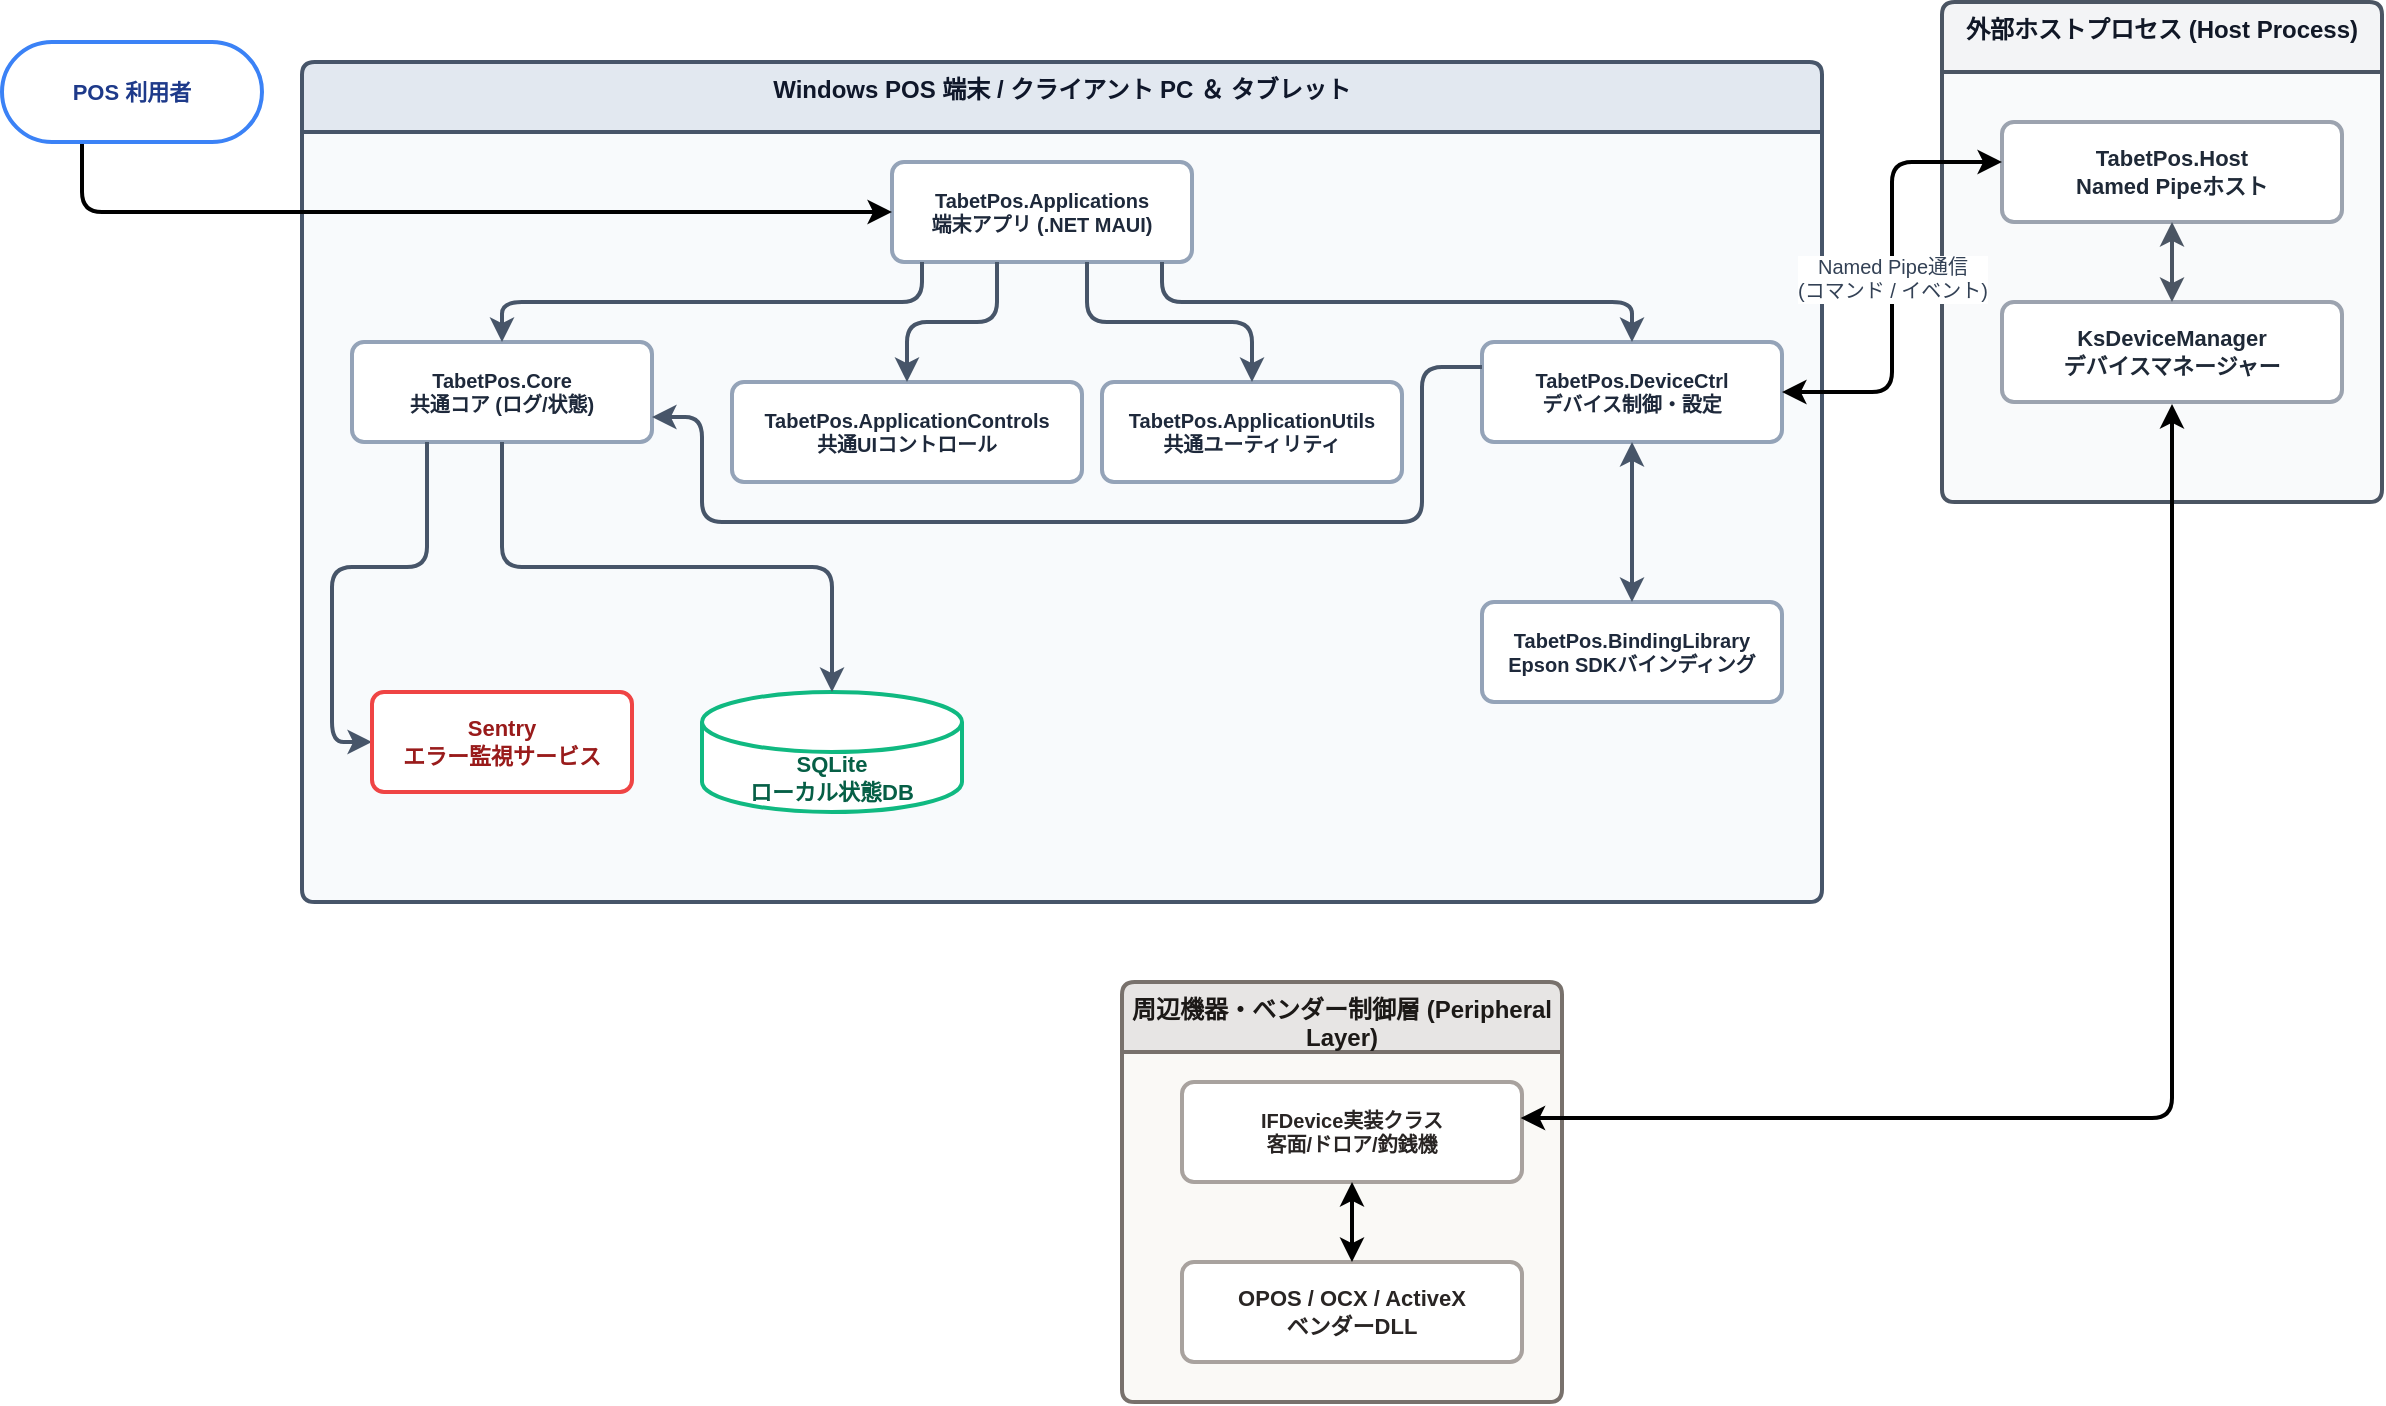
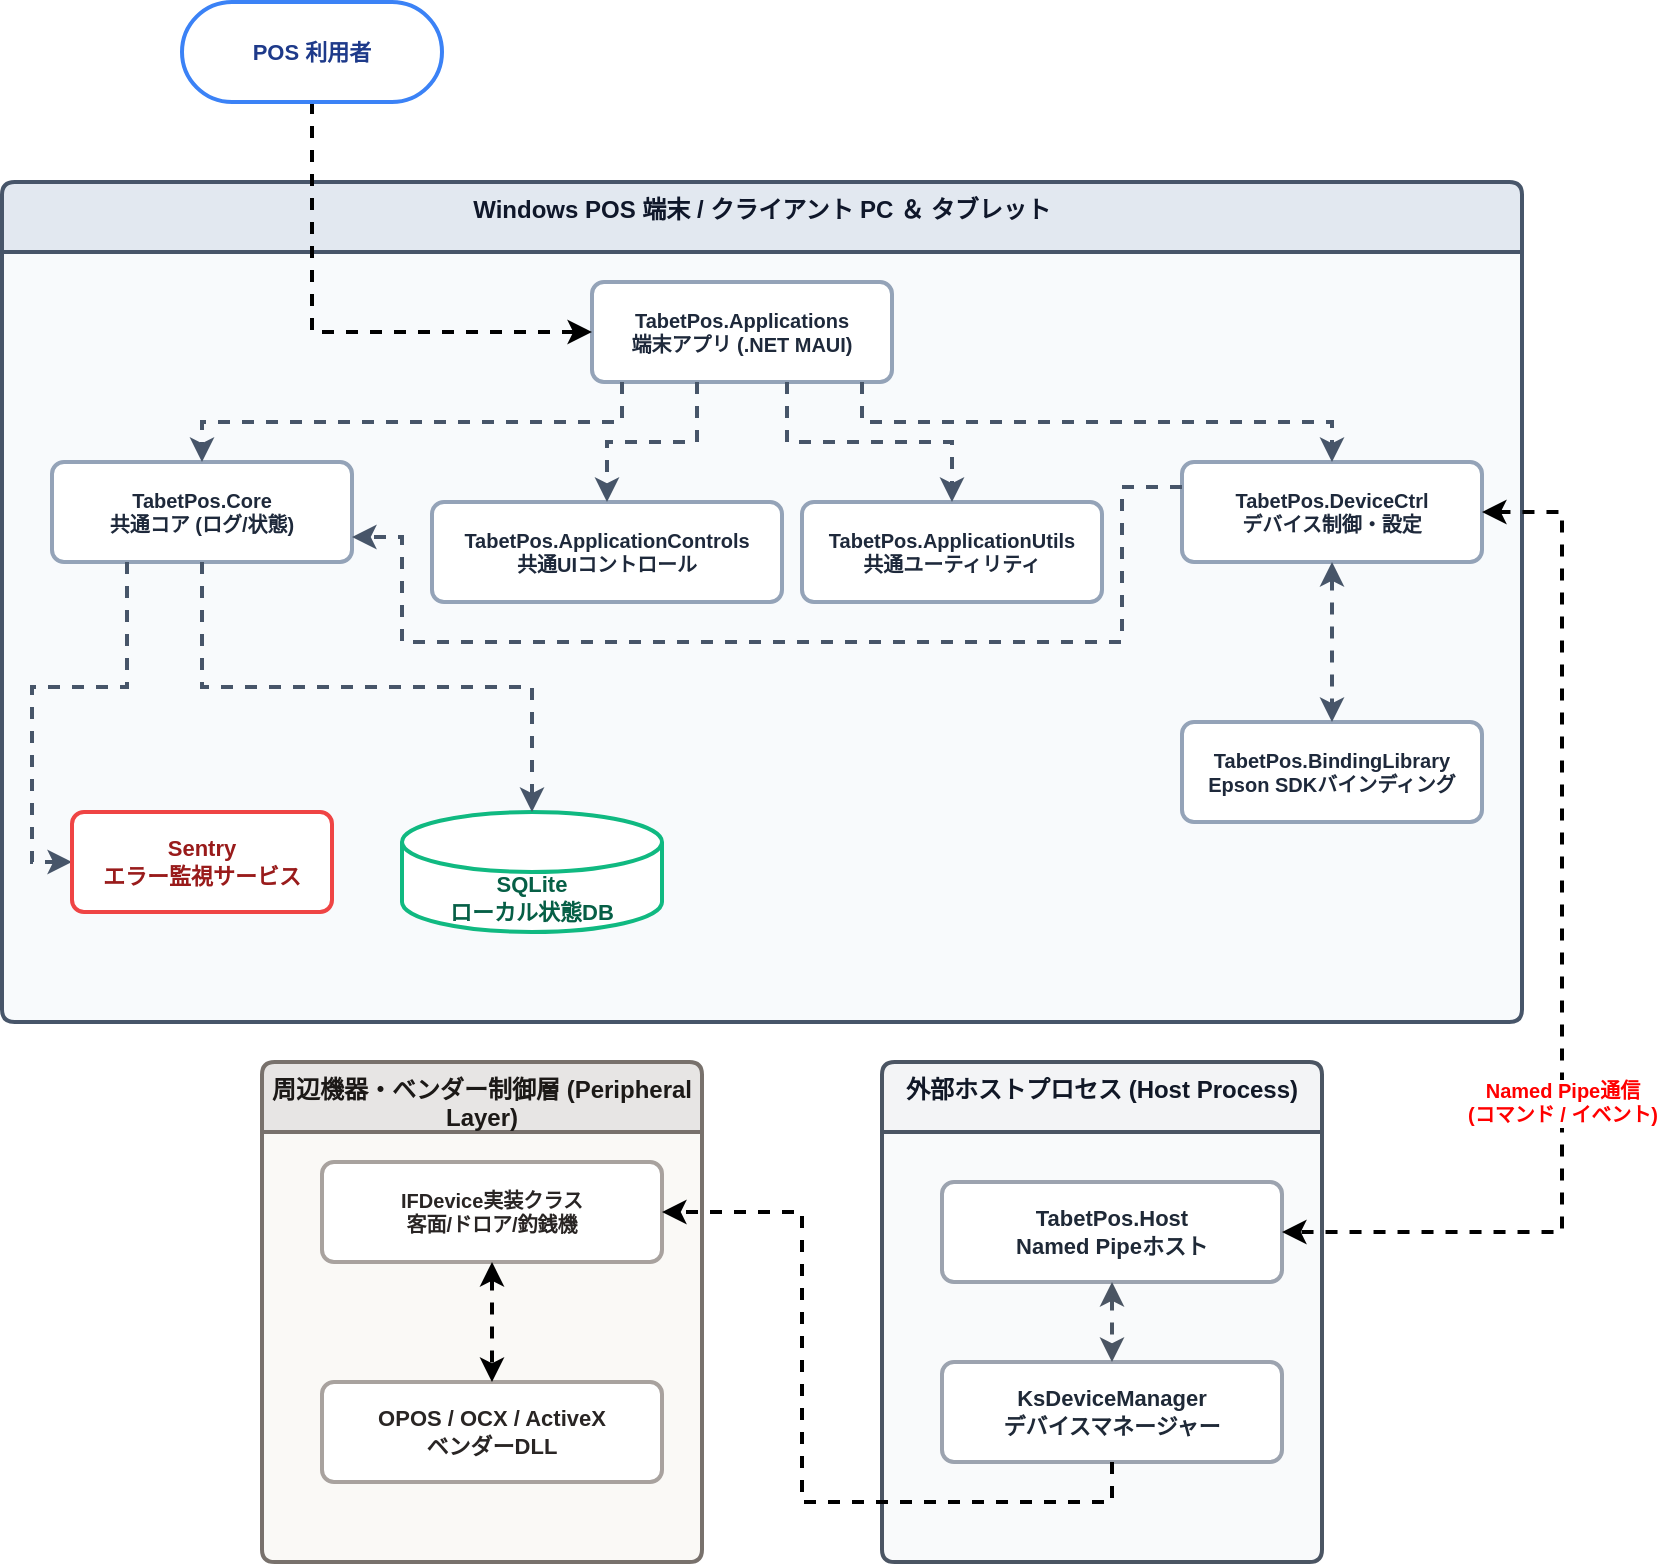
<mxfile host="65bd71144e">
    <diagram name="Page-1" id="Z4Sh8gLlnnpiLH3Jqw6z">
-         <mxGraphModel dx="1078" dy="699" grid="1" gridSize="10" guides="1" tooltips="1" connect="1" arrows="1" fold="1" page="1" pageScale="1" pageWidth="850" pageHeight="1100" background="#ffffff" math="0" shadow="0">
+         <mxGraphModel dx="1428" dy="1144" grid="1" gridSize="10" guides="1" tooltips="1" connect="1" arrows="1" fold="1" page="1" pageScale="1" pageWidth="850" pageHeight="1100" background="#ffffff" math="0" shadow="0">
            <root>
                <mxCell id="0"/>
                <mxCell id="1" parent="0"/>
                <mxCell id="client_container" value="Windows POS 端末 / クライアント PC ＆ タブレット" style="swimlane;html=1;whiteSpace=wrap;fontStyle=1;align=center;verticalAlign=top;fillColor=#E2E8F0;swimlaneFillColor=#F8FAFC;strokeColor=#475569;strokeWidth=2;rounded=1;arcSize=6;collapsible=0;recursiveResize=0;startSize=35;fontColor=#0F172A;fontSize=12;" parent="1" vertex="1">
-                     <mxGeometry x="70" y="380" width="760" height="420" as="geometry"/>
+                     <mxGeometry x="70" y="390" width="760" height="420" as="geometry"/>
                </mxCell>
                <mxCell id="node_utils" value="&lt;b&gt;TabetPos.ApplicationUtils&lt;/b&gt;&lt;br/&gt;共通ユーティリティ" style="rounded=1;whiteSpace=wrap;html=1;arcSize=12;fillColor=#FFFFFF;strokeColor=#94A3B8;strokeWidth=2;fontStyle=1;fontColor=#1E293B;align=center;fontSize=10;" parent="client_container" vertex="1">
                    <mxGeometry x="400" y="160" width="150" height="50" as="geometry"/>
                </mxCell>
                <mxCell id="node_controls" value="&lt;b&gt;TabetPos.ApplicationControls&lt;/b&gt;&lt;br/&gt;共通UIコントロール" style="rounded=1;whiteSpace=wrap;html=1;arcSize=12;fillColor=#FFFFFF;strokeColor=#94A3B8;strokeWidth=2;fontStyle=1;fontColor=#1E293B;align=center;fontSize=10;connectable=0;" parent="client_container" vertex="1">
                    <mxGeometry x="215" y="160" width="175" height="50" as="geometry"/>
                </mxCell>
                <mxCell id="node_devicectrl" value="&lt;b&gt;TabetPos.DeviceCtrl&lt;/b&gt;&lt;br/&gt;デバイス制御・設定" style="rounded=1;whiteSpace=wrap;html=1;arcSize=12;fillColor=#FFFFFF;strokeColor=#94A3B8;strokeWidth=2;fontStyle=1;fontColor=#1E293B;align=center;fontSize=10;" parent="client_container" vertex="1">
                    <mxGeometry x="590" y="140" width="150" height="50" as="geometry"/>
                </mxCell>
                <mxCell id="node_core" value="&lt;b&gt;TabetPos.Core&lt;/b&gt;&lt;br/&gt;共通コア (ログ/状態)" style="rounded=1;whiteSpace=wrap;html=1;arcSize=12;fillColor=#FFFFFF;strokeColor=#94A3B8;strokeWidth=2;fontStyle=1;fontColor=#1E293B;align=center;fontSize=10;" parent="client_container" vertex="1">
                    <mxGeometry x="25" y="140" width="150" height="50" as="geometry"/>
                </mxCell>
                <mxCell id="node_binding" value="&lt;b&gt;TabetPos.BindingLibrary&lt;/b&gt;&lt;br/&gt;Epson SDKバインディング" style="rounded=1;whiteSpace=wrap;html=1;arcSize=12;fillColor=#FFFFFF;strokeColor=#94A3B8;strokeWidth=2;fontStyle=1;fontColor=#1E293B;align=center;fontSize=10;" parent="client_container" vertex="1">
                    <mxGeometry x="590" y="270" width="150" height="50" as="geometry"/>
                </mxCell>
                <mxCell id="node_localdb" value="&lt;b&gt;SQLite&lt;/b&gt;&lt;br/&gt;ローカル状態DB" style="shape=cylinder3;whiteSpace=wrap;html=1;boundedLbl=1;backgroundOutline=1;size=15;fillColor=#FFFFFF;strokeColor=#10B981;strokeWidth=2;fontStyle=1;fontColor=#065F46;align=center;spacingLeft=0;fontSize=11;" parent="client_container" vertex="1">
                    <mxGeometry x="200" y="315" width="130" height="60" as="geometry"/>
                </mxCell>
-                 <mxCell id="edge_core_sentry" style="rounded=1;orthogonalLoop=1;jettySize=auto;html=1;strokeColor=#475569;strokeWidth=2;edgeStyle=orthogonalEdgeStyle;exitX=0.25;exitY=1;exitDx=0;exitDy=0;entryX=0;entryY=0.5;entryDx=0;entryDy=0;endArrow=classic;" parent="client_container" source="node_core" target="CQK1rFZQlDdQnh2cZtMR-23" edge="1">
+                 <mxCell id="edge_core_sentry" style="rounded=0;orthogonalLoop=1;jettySize=auto;html=1;strokeColor=#475569;strokeWidth=2;edgeStyle=orthogonalEdgeStyle;exitX=0.25;exitY=1;exitDx=0;exitDy=0;entryX=0;entryY=0.5;entryDx=0;entryDy=0;endArrow=classic;dashed=1;" parent="client_container" source="node_core" target="CQK1rFZQlDdQnh2cZtMR-23" edge="1">
                    <mxGeometry relative="1" as="geometry"/>
                </mxCell>
                <mxCell id="CQK1rFZQlDdQnh2cZtMR-23" value="&lt;b&gt;Sentry&lt;/b&gt;&lt;br/&gt;エラー監視サービス" style="rounded=1;whiteSpace=wrap;html=1;arcSize=12;fillColor=#FFFFFF;strokeColor=#EF4444;strokeWidth=2;fontStyle=1;fontColor=#991B1B;align=center;fontSize=11;" parent="client_container" vertex="1">
                    <mxGeometry x="35" y="315" width="130" height="50" as="geometry"/>
                </mxCell>
                <mxCell id="node_app" value="&lt;b&gt;TabetPos.Applications&lt;/b&gt;&lt;br/&gt;端末アプリ (.NET MAUI)" style="rounded=1;whiteSpace=wrap;html=1;arcSize=12;fillColor=#FFFFFF;strokeColor=#94A3B8;strokeWidth=2;fontStyle=1;fontColor=#1E293B;align=center;fontSize=10;" parent="client_container" vertex="1">
                    <mxGeometry x="295" y="50" width="150" height="50" as="geometry"/>
                </mxCell>
-                 <mxCell id="edge_app_controls" style="edgeStyle=orthogonalEdgeStyle;rounded=1;orthogonalLoop=1;jettySize=auto;html=1;strokeColor=#475569;strokeWidth=2;exitX=0.35;exitY=1;exitDx=0;exitDy=0;entryX=0.5;entryY=0;entryDx=0;entryDy=0;endArrow=classic;" parent="client_container" source="node_app" target="node_controls" edge="1">
+                 <mxCell id="edge_app_controls" style="edgeStyle=orthogonalEdgeStyle;rounded=0;orthogonalLoop=1;jettySize=auto;html=1;strokeColor=#475569;strokeWidth=2;exitX=0.35;exitY=1;exitDx=0;exitDy=0;entryX=0.5;entryY=0;entryDx=0;entryDy=0;endArrow=classic;dashed=1;" parent="client_container" source="node_app" target="node_controls" edge="1">
                    <mxGeometry relative="1" as="geometry"/>
                </mxCell>
-                 <mxCell id="edge_app_utils" style="edgeStyle=orthogonalEdgeStyle;rounded=1;orthogonalLoop=1;jettySize=auto;html=1;strokeColor=#475569;strokeWidth=2;exitX=0.65;exitY=1;exitDx=0;exitDy=0;entryX=0.5;entryY=0;entryDx=0;entryDy=0;endArrow=classic;" parent="client_container" source="node_app" target="node_utils" edge="1">
+                 <mxCell id="edge_app_utils" style="edgeStyle=orthogonalEdgeStyle;rounded=0;orthogonalLoop=1;jettySize=auto;html=1;strokeColor=#475569;strokeWidth=2;exitX=0.65;exitY=1;exitDx=0;exitDy=0;entryX=0.5;entryY=0;entryDx=0;entryDy=0;endArrow=classic;dashed=1;" parent="client_container" source="node_app" target="node_utils" edge="1">
                    <mxGeometry relative="1" as="geometry"/>
                </mxCell>
-                 <mxCell id="edge_app_core" style="edgeStyle=orthogonalEdgeStyle;rounded=1;orthogonalLoop=1;jettySize=auto;html=1;strokeColor=#475569;strokeWidth=2;exitX=0.1;exitY=1;exitDx=0;exitDy=0;entryX=0.5;entryY=0;entryDx=0;entryDy=0;endArrow=classic;" parent="client_container" source="node_app" target="node_core" edge="1">
+                 <mxCell id="edge_app_core" style="edgeStyle=orthogonalEdgeStyle;rounded=0;orthogonalLoop=1;jettySize=auto;html=1;strokeColor=#475569;strokeWidth=2;exitX=0.1;exitY=1;exitDx=0;exitDy=0;entryX=0.5;entryY=0;entryDx=0;entryDy=0;endArrow=classic;dashed=1;" parent="client_container" source="node_app" target="node_core" edge="1">
                    <mxGeometry relative="1" as="geometry">
                        <Array as="points">
                            <mxPoint x="310" y="120"/>
                            <mxPoint x="100" y="120"/>
                        </Array>
                    </mxGeometry>
                </mxCell>
-                 <mxCell id="edge_app_devicectrl" style="edgeStyle=orthogonalEdgeStyle;rounded=1;orthogonalLoop=1;jettySize=auto;html=1;strokeColor=#475569;strokeWidth=2;exitX=0.9;exitY=1;exitDx=0;exitDy=0;entryX=0.5;entryY=0;entryDx=0;entryDy=0;endArrow=classic;" parent="client_container" source="node_app" target="node_devicectrl" edge="1">
+                 <mxCell id="edge_app_devicectrl" style="edgeStyle=orthogonalEdgeStyle;rounded=0;orthogonalLoop=1;jettySize=auto;html=1;strokeColor=#475569;strokeWidth=2;exitX=0.9;exitY=1;exitDx=0;exitDy=0;entryX=0.5;entryY=0;entryDx=0;entryDy=0;endArrow=classic;dashed=1;" parent="client_container" source="node_app" target="node_devicectrl" edge="1">
                    <mxGeometry relative="1" as="geometry"/>
                </mxCell>
-                 <mxCell id="edge_devicectrl_core" style="edgeStyle=orthogonalEdgeStyle;rounded=1;orthogonalLoop=1;jettySize=auto;html=1;strokeColor=#475569;strokeWidth=2;exitX=0;exitY=0.25;exitDx=0;exitDy=0;entryX=1;entryY=0.75;entryDx=0;entryDy=0;endArrow=classic;" parent="client_container" source="node_devicectrl" target="node_core" edge="1">
+                 <mxCell id="edge_devicectrl_core" style="edgeStyle=orthogonalEdgeStyle;rounded=0;orthogonalLoop=1;jettySize=auto;html=1;strokeColor=#475569;strokeWidth=2;exitX=0;exitY=0.25;exitDx=0;exitDy=0;entryX=1;entryY=0.75;entryDx=0;entryDy=0;endArrow=classic;dashed=1;" parent="client_container" source="node_devicectrl" target="node_core" edge="1">
                    <mxGeometry relative="1" as="geometry">
                        <Array as="points">
                            <mxPoint x="560" y="153"/>
                            <mxPoint x="560" y="230"/>
                            <mxPoint x="200" y="230"/>
                            <mxPoint x="200" y="178"/>
                        </Array>
                    </mxGeometry>
                </mxCell>
-                 <mxCell id="edge_devicectrl_binding" style="rounded=1;orthogonalLoop=1;jettySize=auto;html=1;strokeColor=#475569;strokeWidth=2;exitX=0.5;exitY=1;exitDx=0;exitDy=0;entryX=0.5;entryY=0;entryDx=0;entryDy=0;startArrow=classic;endArrow=classic;" parent="client_container" source="node_devicectrl" target="node_binding" edge="1">
+                 <mxCell id="edge_devicectrl_binding" style="rounded=0;orthogonalLoop=1;jettySize=auto;html=1;strokeColor=#475569;strokeWidth=2;exitX=0.5;exitY=1;exitDx=0;exitDy=0;entryX=0.5;entryY=0;entryDx=0;entryDy=0;startArrow=classic;endArrow=classic;dashed=1;" parent="client_container" source="node_devicectrl" target="node_binding" edge="1">
                    <mxGeometry relative="1" as="geometry"/>
                </mxCell>
-                 <mxCell id="3" style="rounded=1;orthogonalLoop=1;jettySize=auto;html=1;strokeColor=#475569;strokeWidth=2;edgeStyle=orthogonalEdgeStyle;exitX=0.5;exitY=1;exitDx=0;exitDy=0;endArrow=classic;" edge="1" parent="client_container" source="node_core" target="node_localdb">
+                 <mxCell id="3" style="rounded=0;orthogonalLoop=1;jettySize=auto;html=1;strokeColor=#475569;strokeWidth=2;edgeStyle=orthogonalEdgeStyle;exitX=0.5;exitY=1;exitDx=0;exitDy=0;endArrow=classic;dashed=1;" parent="client_container" source="node_core" target="node_localdb" edge="1">
                    <mxGeometry relative="1" as="geometry">
                        <mxPoint x="110" y="200" as="sourcePoint"/>
                        <mxPoint x="45" y="350" as="targetPoint"/>
                    </mxGeometry>
                </mxCell>
+                 <mxCell id="peripheral_container" value="周辺機器・ベンダー制御層 (Peripheral Layer)" style="swimlane;html=1;whiteSpace=wrap;fontStyle=1;align=center;verticalAlign=top;fillColor=#E7E5E4;swimlaneFillColor=#FAF9F6;strokeColor=#78716C;strokeWidth=2;rounded=1;arcSize=6;collapsible=0;recursiveResize=0;startSize=35;fontColor=#1C1917;fontSize=12;connectable=0;" parent="1" vertex="1">
+                     <mxGeometry x="200" y="830" width="220" height="250" as="geometry"/>
+                 </mxCell>
+                 <mxCell id="node_device" value="&lt;b&gt;IFDevice実装クラス&lt;/b&gt;&lt;br/&gt;客面/ドロア/釣銭機" style="rounded=1;whiteSpace=wrap;html=1;arcSize=12;fillColor=#FFFFFF;strokeColor=#A8A29E;strokeWidth=2;fontStyle=1;fontColor=#292524;align=center;fontSize=10;" parent="peripheral_container" vertex="1">
+                     <mxGeometry x="30" y="50" width="170" height="50" as="geometry"/>
+                 </mxCell>
+                 <mxCell id="node_opos" value="&lt;b&gt;OPOS / OCX / ActiveX&lt;/b&gt;&lt;br/&gt;ベンダーDLL" style="rounded=1;whiteSpace=wrap;html=1;arcSize=12;fillColor=#FFFFFF;strokeColor=#A8A29E;strokeWidth=2;fontStyle=1;fontColor=#292524;align=center;fontSize=11;" parent="peripheral_container" vertex="1">
+                     <mxGeometry x="30" y="160" width="170" height="50" as="geometry"/>
+                 </mxCell>
+                 <mxCell id="edge_device_opos" style="rounded=0;orthogonalLoop=1;jettySize=auto;html=1;strokeColor=#000000;strokeWidth=2;exitX=0.5;exitY=1;exitDx=0;exitDy=0;entryX=0.5;entryY=0;entryDx=0;entryDy=0;startArrow=classic;endArrow=classic;dashed=1;" parent="peripheral_container" source="node_device" target="node_opos" edge="1">
+                     <mxGeometry relative="1" as="geometry"/>
+                 </mxCell>
+                 <mxCell id="edge_user_app" style="edgeStyle=orthogonalEdgeStyle;rounded=0;orthogonalLoop=1;jettySize=auto;html=1;strokeWidth=2;exitX=0.5;exitY=1;entryX=0;entryY=0.5;exitDx=0;exitDy=0;entryDx=0;entryDy=0;endArrow=classic;strokeColor=#000000;dashed=1;" parent="1" source="node_user" target="node_app" edge="1">
+                     <mxGeometry relative="1" as="geometry">
+                         <Array as="points">
+                             <mxPoint x="225" y="465"/>
+                         </Array>
+                     </mxGeometry>
+                 </mxCell>
+                 <mxCell id="node_user" value="POS 利用者" style="rounded=1;whiteSpace=wrap;html=1;arcSize=50;fillColor=#FFFFFF;strokeColor=#3B82F6;strokeWidth=2;align=center;fontSize=11;fontColor=#1E3A8A;fontStyle=1;" parent="1" vertex="1">
+                     <mxGeometry x="160" y="300" width="130" height="50" as="geometry"/>
+                 </mxCell>
                <mxCell id="hostprocess_container" value="外部ホストプロセス (Host Process)" style="swimlane;html=1;whiteSpace=wrap;fontStyle=1;align=center;verticalAlign=top;fillColor=#F3F4F6;swimlaneFillColor=#F9FAFB;strokeColor=#4B5563;strokeWidth=2;rounded=1;arcSize=6;collapsible=0;recursiveResize=0;startSize=35;fontColor=#111827;fontSize=12;" parent="1" vertex="1">
-                     <mxGeometry x="890" y="350" width="220" height="250" as="geometry"/>
+                     <mxGeometry x="510" y="830" width="220" height="250" as="geometry"/>
                </mxCell>
                <mxCell id="node_host" value="&lt;b&gt;TabetPos.Host&lt;/b&gt;&lt;br/&gt;Named Pipeホスト" style="rounded=1;whiteSpace=wrap;html=1;arcSize=12;fillColor=#FFFFFF;strokeColor=#9CA3AF;strokeWidth=2;fontStyle=1;fontColor=#1F2937;align=center;fontSize=11;" parent="hostprocess_container" vertex="1">
                    <mxGeometry x="30" y="60" width="170" height="50" as="geometry"/>
                </mxCell>
                <mxCell id="node_devicemanager" value="&lt;b&gt;KsDeviceManager&lt;/b&gt;&lt;br/&gt;デバイスマネージャー" style="rounded=1;whiteSpace=wrap;html=1;arcSize=12;fillColor=#FFFFFF;strokeColor=#9CA3AF;strokeWidth=2;fontStyle=1;fontColor=#1F2937;align=center;fontSize=11;" parent="hostprocess_container" vertex="1">
                    <mxGeometry x="30" y="150" width="170" height="50" as="geometry"/>
                </mxCell>
-                 <mxCell id="edge_host_devicemanager" style="rounded=1;orthogonalLoop=1;jettySize=auto;html=1;strokeColor=#4B5563;strokeWidth=2;exitX=0.5;exitY=1;exitDx=0;exitDy=0;entryX=0.5;entryY=0;entryDx=0;entryDy=0;startArrow=classic;endArrow=classic;" parent="hostprocess_container" source="node_host" target="node_devicemanager" edge="1">
+                 <mxCell id="edge_host_devicemanager" style="rounded=0;orthogonalLoop=1;jettySize=auto;html=1;strokeColor=#4B5563;strokeWidth=2;exitX=0.5;exitY=1;exitDx=0;exitDy=0;entryX=0.5;entryY=0;entryDx=0;entryDy=0;startArrow=classic;endArrow=classic;dashed=1;" parent="hostprocess_container" source="node_host" target="node_devicemanager" edge="1">
                    <mxGeometry relative="1" as="geometry"/>
                </mxCell>
-                 <mxCell id="peripheral_container" value="周辺機器・ベンダー制御層 (Peripheral Layer)" style="swimlane;html=1;whiteSpace=wrap;fontStyle=1;align=center;verticalAlign=top;fillColor=#E7E5E4;swimlaneFillColor=#FAF9F6;strokeColor=#78716C;strokeWidth=2;rounded=1;arcSize=6;collapsible=0;recursiveResize=0;startSize=35;fontColor=#1C1917;fontSize=12;connectable=0;" parent="1" vertex="1">
-                     <mxGeometry x="480" y="840" width="220" height="210" as="geometry"/>
-                 </mxCell>
-                 <mxCell id="node_device" value="&lt;b&gt;IFDevice実装クラス&lt;/b&gt;&lt;br/&gt;客面/ドロア/釣銭機" style="rounded=1;whiteSpace=wrap;html=1;arcSize=12;fillColor=#FFFFFF;strokeColor=#A8A29E;strokeWidth=2;fontStyle=1;fontColor=#292524;align=center;fontSize=10;" parent="peripheral_container" vertex="1">
-                     <mxGeometry x="30" y="50" width="170" height="50" as="geometry"/>
-                 </mxCell>
-                 <mxCell id="node_opos" value="&lt;b&gt;OPOS / OCX / ActiveX&lt;/b&gt;&lt;br/&gt;ベンダーDLL" style="rounded=1;whiteSpace=wrap;html=1;arcSize=12;fillColor=#FFFFFF;strokeColor=#A8A29E;strokeWidth=2;fontStyle=1;fontColor=#292524;align=center;fontSize=11;" parent="peripheral_container" vertex="1">
-                     <mxGeometry x="30" y="140" width="170" height="50" as="geometry"/>
-                 </mxCell>
-                 <mxCell id="edge_device_opos" style="rounded=1;orthogonalLoop=1;jettySize=auto;html=1;strokeColor=#000000;strokeWidth=2;exitX=0.5;exitY=1;exitDx=0;exitDy=0;entryX=0.5;entryY=0;entryDx=0;entryDy=0;startArrow=classic;endArrow=classic;" parent="peripheral_container" source="node_device" target="node_opos" edge="1">
-                     <mxGeometry relative="1" as="geometry"/>
-                 </mxCell>
-                 <mxCell id="edge_user_app" style="edgeStyle=orthogonalEdgeStyle;rounded=1;orthogonalLoop=1;jettySize=auto;html=1;strokeWidth=2;exitX=0.5;exitY=1;entryX=0;entryY=0.5;exitDx=0;exitDy=0;entryDx=0;entryDy=0;endArrow=classic;strokeColor=#000000;" parent="1" source="node_user" target="node_app" edge="1">
+                 <mxCell id="edge_devicemanager_device" style="edgeStyle=orthogonalEdgeStyle;rounded=0;orthogonalLoop=1;jettySize=auto;html=1;strokeColor=#000000;strokeWidth=2;startArrow=none;endArrow=classic;dashed=1;exitX=0.5;exitY=1;exitDx=0;exitDy=0;entryX=1;entryY=0.5;entryDx=0;entryDy=0;" parent="1" target="node_device" edge="1" source="node_devicemanager">
                    <mxGeometry relative="1" as="geometry">
-                         <Array as="points">
-                             <mxPoint x="-40" y="380"/>
-                         </Array>
-                     </mxGeometry>
-                 </mxCell>
-                 <mxCell id="edge_devicectrl_host" value="Named Pipe通信&lt;br/&gt;(コマンド / イベント)" style="edgeStyle=orthogonalEdgeStyle;rounded=1;orthogonalLoop=1;jettySize=auto;html=1;strokeColor=#000000;strokeWidth=2;fontColor=#334155;fontSize=10;labelBackgroundColor=#FFFFFF;exitX=1;exitY=0.5;exitDx=0;exitDy=0;entryX=0;entryY=0.399;exitDx=0;exitDy=0;startArrow=classic;endArrow=classic;entryDx=0;entryDy=0;entryPerimeter=0;" parent="1" source="node_devicectrl" target="node_host" edge="1">
-                     <mxGeometry relative="1" as="geometry"/>
-                 </mxCell>
-                 <mxCell id="edge_devicemanager_device" style="edgeStyle=orthogonalEdgeStyle;rounded=1;orthogonalLoop=1;jettySize=auto;html=1;strokeColor=#000000;strokeWidth=2;startArrow=classic;endArrow=classic;entryX=0.996;entryY=0.36;entryDx=0;entryDy=0;entryPerimeter=0;" parent="1" target="node_device" edge="1">
-                     <mxGeometry relative="1" as="geometry">
-                         <Array as="points">
-                             <mxPoint x="1005" y="908"/>
-                         </Array>
                        <mxPoint x="1005" y="551" as="sourcePoint"/>
                    </mxGeometry>
                </mxCell>
-                 <mxCell id="node_user" value="POS 利用者" style="rounded=1;whiteSpace=wrap;html=1;arcSize=50;fillColor=#FFFFFF;strokeColor=#3B82F6;strokeWidth=2;align=center;fontSize=11;fontColor=#1E3A8A;fontStyle=1;" parent="1" vertex="1">
-                     <mxGeometry x="-80" y="370" width="130" height="50" as="geometry"/>
+                 <mxCell id="edge_devicectrl_host" value="&lt;b&gt;&lt;font color=&quot;#ff0000&quot;&gt;Named Pipe通信&lt;br&gt;(コマンド / イベント)&lt;/font&gt;&lt;/b&gt;" style="edgeStyle=orthogonalEdgeStyle;rounded=0;orthogonalLoop=1;jettySize=auto;html=1;strokeColor=#000000;strokeWidth=2;fontColor=#334155;fontSize=10;labelBackgroundColor=#FFFFFF;exitX=1;exitY=0.5;exitDx=0;exitDy=0;entryX=1;entryY=0.5;startArrow=classic;endArrow=classic;entryDx=0;entryDy=0;dashed=1;" parent="1" source="node_devicectrl" target="node_host" edge="1">
+                     <mxGeometry x="0.2407" relative="1" as="geometry">
+                         <Array as="points">
+                             <mxPoint x="850" y="555"/>
+                             <mxPoint x="850" y="915"/>
+                         </Array>
+                         <mxPoint as="offset"/>
+                     </mxGeometry>
                </mxCell>
            </root>
        </mxGraphModel>
    </diagram>
</mxfile>